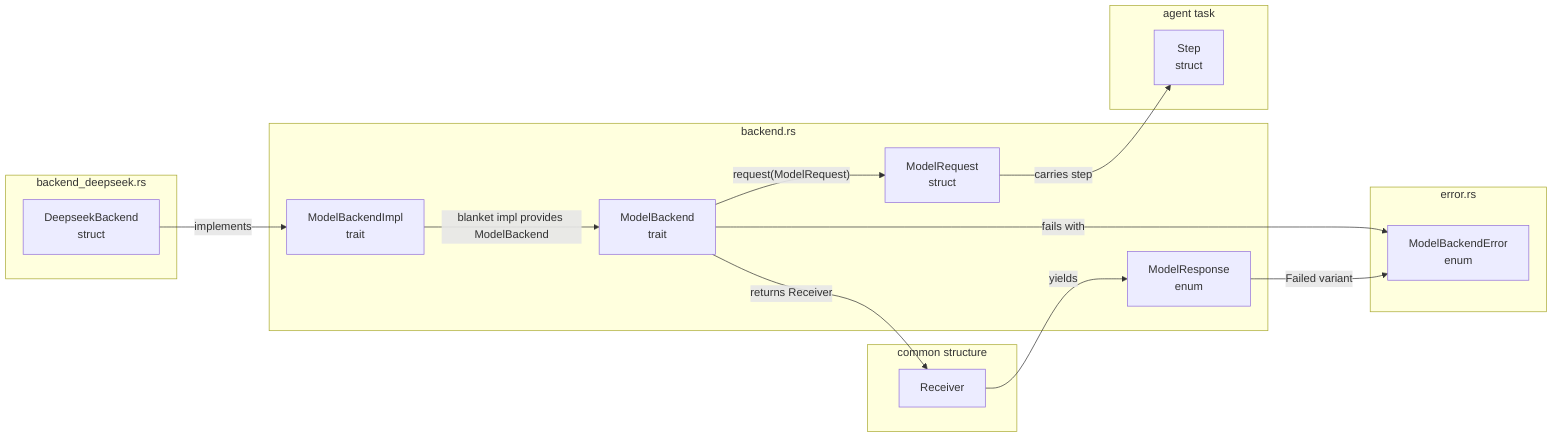
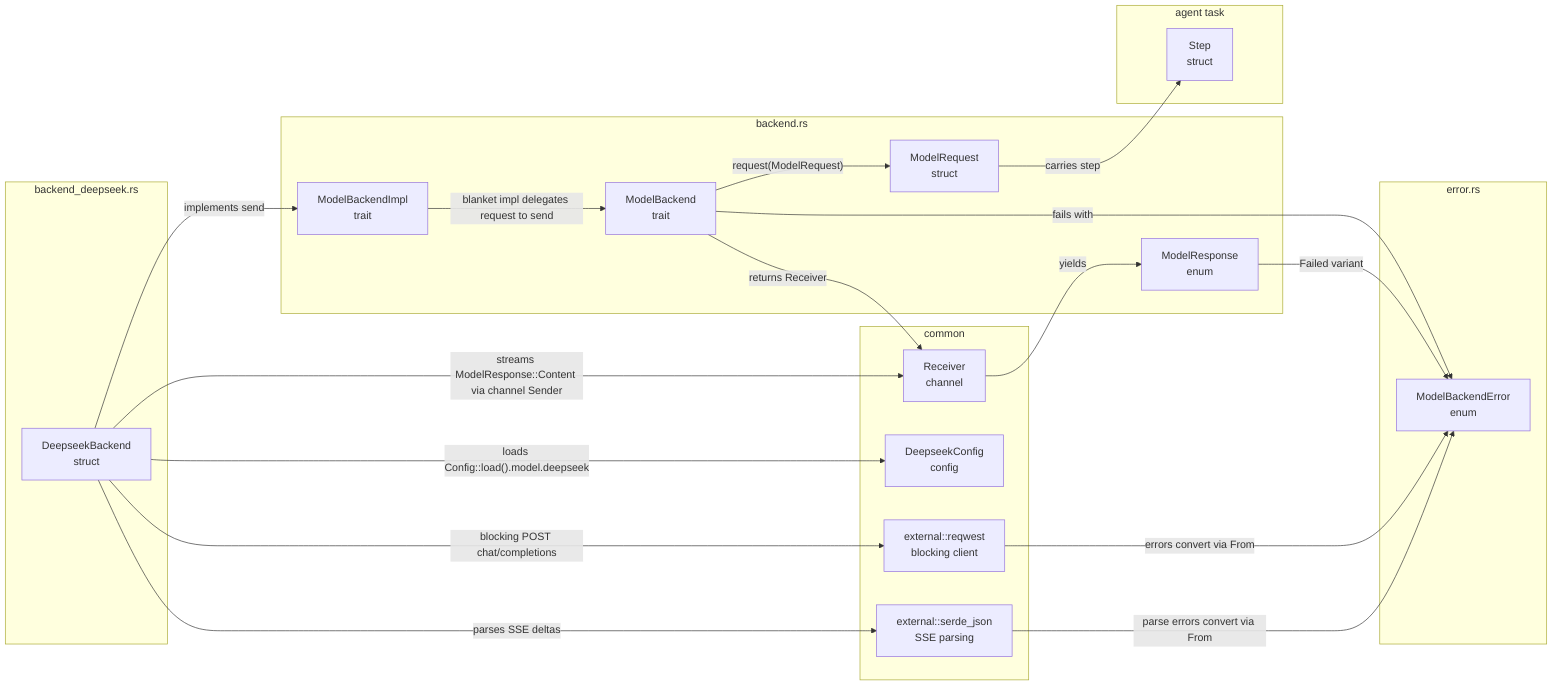
flowchart LR
-   %% mod.rs re-exports the public model surface; backend method bodies are panic-backed placeholders.
+   %% mod.rs re-exports the public model surface; DeepseekBackend implements a streaming Deepseek chat-completions backend.
  subgraph backend_rs[backend.rs]
    ModelBackend["ModelBackend\ntrait"]
    ModelBackendImpl["ModelBackendImpl\ntrait"]
    ModelRequest["ModelRequest\nstruct"]
    ModelResponse["ModelResponse\nenum"]
  end

  subgraph backend_deepseek_rs[backend_deepseek.rs]
    DeepseekBackend["DeepseekBackend\nstruct"]
  end

  subgraph error_rs[error.rs]
    ModelBackendError["ModelBackendError\nenum"]
  end

  subgraph agent_task[agent task]
    Step["Step\nstruct"]
  end

-   subgraph common_structure[common structure]
-     Receiver["Receiver<ModelResponse>"]
+   subgraph common_deps[common]
+     Receiver["Receiver<ModelResponse>\nchannel"]
+     DeepseekConfig["DeepseekConfig\nconfig"]
+     ReqwestClient["external::reqwest\nblocking client"]
+     SerdeJson["external::serde_json\nSSE parsing"]
  end

  ModelBackend -->|"request(ModelRequest)"| ModelRequest
  ModelBackend -->|"returns Receiver<ModelResponse>"| Receiver
  Receiver -->|"yields"| ModelResponse
  ModelBackend -->|"fails with"| ModelBackendError
-   ModelBackendImpl -->|"blanket impl provides ModelBackend"| ModelBackend
-   DeepseekBackend -->|"implements"| ModelBackendImpl
+   ModelBackendImpl -->|"blanket impl delegates request to send"| ModelBackend
+   DeepseekBackend -->|"implements send"| ModelBackendImpl
  ModelRequest -->|"carries step"| Step
  ModelResponse -->|"Failed variant"| ModelBackendError
+   DeepseekBackend -->|"loads Config::load().model.deepseek"| DeepseekConfig
+   DeepseekBackend -->|"blocking POST chat/completions"| ReqwestClient
+   DeepseekBackend -->|"parses SSE deltas"| SerdeJson
+   DeepseekBackend -->|"streams ModelResponse::Content via channel Sender"| Receiver
+   ReqwestClient -->|"errors convert via From"| ModelBackendError
+   SerdeJson -->|"parse errors convert via From"| ModelBackendError
